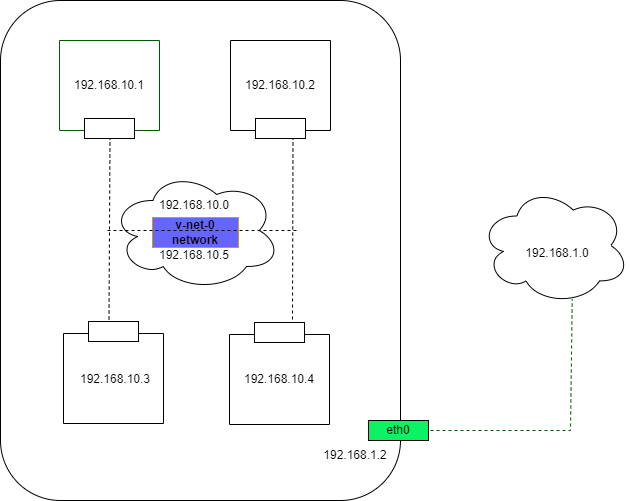
pyvivid/diagrams keeps this draw.io diagram as v-net-basics.png. Above is the earlier version. Source tidied: cells renumbered, new cells last; positions are measured from the earlier drawing's top-left corner, leaving out a move shared by most shapes.
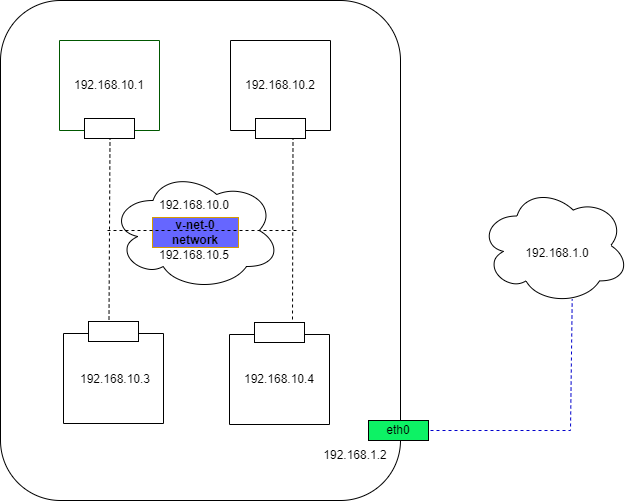
The same file after the commit.

The edit, as a diff of the source:
```diff
@@ -76,7 +76,7 @@
     <mxCell id="23" style="ellipse;shape=cloud;whiteSpace=wrap;html=1;" parent="1" vertex="1">
       <mxGeometry x="479" y="186" width="150" height="118" as="geometry" />
     </mxCell>
-    <mxCell id="24" style="endArrow=none;dashed=1;html=1;rounded=0;entryX=0.618;entryY=0.955;entryDx=0;entryDy=0;entryPerimeter=0;fillColor=#008a00;strokeColor=#005700;" parent="1" edge="1" target="23">
+    <mxCell id="24" style="endArrow=none;dashed=1;html=1;rounded=0;entryX=0.618;entryY=0.955;entryDx=0;entryDy=0;entryPerimeter=0;fillColor=#008a00;strokeColor=#0000CC;" parent="1" edge="1" target="23">
       <mxGeometry relative="1" as="geometry">
         <mxPoint x="430" y="430" as="sourcePoint" />
         <Array as="points">
```
